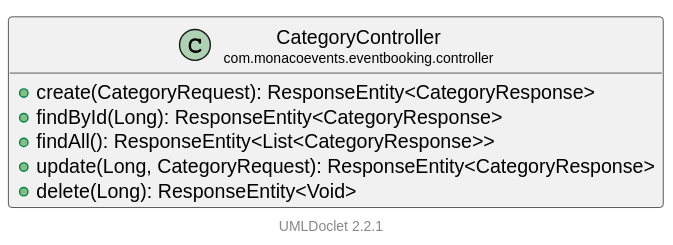
LorisDrid/event-booking-api keeps this PlantUML diagram as docs/uml/com/monacoevents/eventbooking/controller/CategoryController.svg. Above is the earlier version. The source it was exported from:
```plantuml
@startuml


    !pragma layout smetana

    set namespaceSeparator none
    hide empty fields
    hide empty methods

    class "<size:14>CategoryController\n<size:10>com.monacoevents.eventbooking.controller" as com.monacoevents.eventbooking.controller.CategoryController [[..\..\..\..\..\..\target\reports\apidocs\com\monacoevents\eventbooking\controller\CategoryController.html]] {
        +create(CategoryRequest): ResponseEntity<CategoryResponse>
        +findById(Long): ResponseEntity<CategoryResponse>
        +findAll(): ResponseEntity<List<CategoryResponse>>
        +update(Long, CategoryRequest): ResponseEntity<CategoryResponse>
        +delete(Long): ResponseEntity<Void>
    }

    <style>
        footer {
            HyperLinkColor #8
            HyperLinkUnderlineThickness 0
        }
    </style>
    footer \n[[https://github.com/talsma-ict/umldoclet UMLDoclet 2.2.1]]
@enduml
```
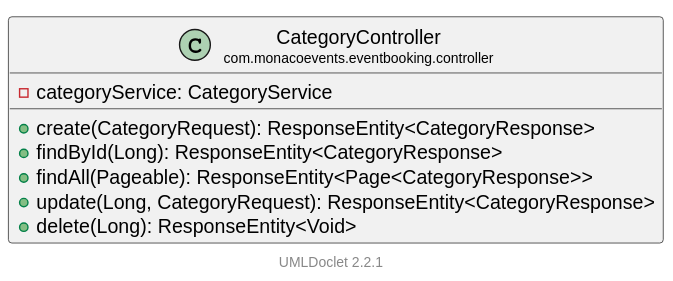
The same diagram one commit later.

Diff of the diagram source:
```diff
@@ -8,9 +8,10 @@
     hide empty methods
 
     class "<size:14>CategoryController\n<size:10>com.monacoevents.eventbooking.controller" as com.monacoevents.eventbooking.controller.CategoryController [[..\..\..\..\..\..\target\reports\apidocs\com\monacoevents\eventbooking\controller\CategoryController.html]] {
+        -categoryService: CategoryService
         +create(CategoryRequest): ResponseEntity<CategoryResponse>
         +findById(Long): ResponseEntity<CategoryResponse>
-        +findAll(): ResponseEntity<List<CategoryResponse>>
+        +findAll(Pageable): ResponseEntity<Page<CategoryResponse>>
         +update(Long, CategoryRequest): ResponseEntity<CategoryResponse>
         +delete(Long): ResponseEntity<Void>
     }
```
